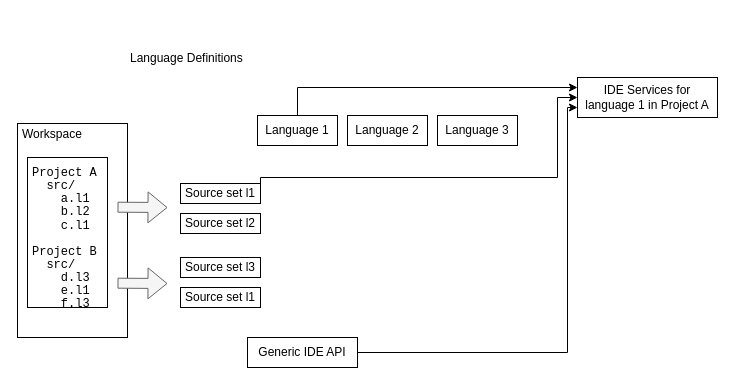
AZWN/Spoofax-pie-diagrams keeps this draw.io diagram as page "Current project - style 2" (11 of 12) of Spoofax3 Diagrams.drawio. Above is the earlier version. Source tidied: cells renumbered, new cells numbered last; positions are measured from the earlier drawing's top-left corner, leaving out a move shared by most shapes. Both pictures are drawn from the tidied source at 100%, with x=0, y=0 at pixel (17, 47).
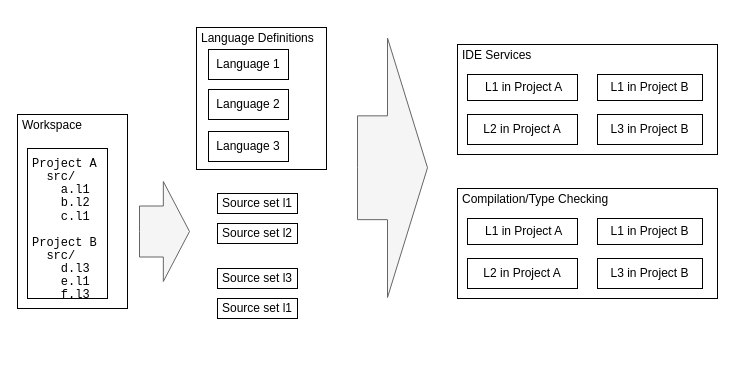
Above is the later version.

Change to the diagram source:
```diff
@@
+    <mxCell id="19" value="&lt;div&gt;&lt;br&gt;&lt;/div&gt;&lt;div&gt;IDE Services&lt;/div&gt;" style="text;html=1;fillColor=none;spacing=5;spacingTop=-20;whiteSpace=wrap;overflow=hidden;rounded=0;strokeColor=#000000;" parent="1" vertex="1">
+      <mxGeometry x="440" y="-3" width="260" height="110" as="geometry" />
+    </mxCell>
+    <mxCell id="18" value="&lt;div&gt;&lt;br&gt;&lt;/div&gt;&lt;div&gt;Language Definitions&lt;br&gt;&lt;/div&gt;" style="text;html=1;fillColor=none;spacing=5;spacingTop=-20;whiteSpace=wrap;overflow=hidden;rounded=0;strokeColor=#000000;" parent="1" vertex="1">
+      <mxGeometry x="179" y="-20" width="130" height="142" as="geometry" />
+    </mxCell>
     <mxCell id="2" value="&lt;p style=&quot;line-height: 0%&quot;&gt;&lt;font face=&quot;Courier New&quot;&gt;&lt;br&gt;&lt;/font&gt;&lt;/p&gt;&lt;p style=&quot;line-height: 0%&quot;&gt;&lt;font face=&quot;Courier New&quot;&gt;Project A&lt;/font&gt;&lt;/p&gt;&lt;p style=&quot;line-height: 0%&quot;&gt;&lt;font face=&quot;Courier New&quot;&gt;&amp;nbsp; src/&lt;/font&gt;&lt;/p&gt;&lt;p style=&quot;line-height: 0%&quot;&gt;&lt;font face=&quot;Courier New&quot;&gt;&amp;nbsp;&amp;nbsp;&amp;nbsp; a.l1&lt;/font&gt;&lt;/p&gt;&lt;p style=&quot;line-height: 0%&quot;&gt;&lt;font face=&quot;Courier New&quot;&gt;&amp;nbsp;&amp;nbsp;&amp;nbsp; b.l2&lt;/font&gt;&lt;/p&gt;&lt;p style=&quot;line-height: 0%&quot;&gt;&lt;font face=&quot;Courier New&quot;&gt;&lt;br&gt;&amp;nbsp;&amp;nbsp;&amp;nbsp; c.l1&lt;/font&gt;&lt;/p&gt;&lt;p style=&quot;line-height: 0%&quot;&gt;&lt;font face=&quot;Courier New&quot;&gt;&lt;br&gt;&lt;/font&gt;&lt;/p&gt;&lt;p style=&quot;line-height: 0%&quot;&gt;&lt;font face=&quot;Courier New&quot;&gt;Project B&lt;/font&gt;&lt;/p&gt;&lt;p style=&quot;line-height: 0%&quot;&gt;&lt;font face=&quot;Courier New&quot;&gt;&amp;nbsp; src/&lt;/font&gt;&lt;/p&gt;&lt;p style=&quot;line-height: 0%&quot;&gt;&lt;font face=&quot;Courier New&quot;&gt;&amp;nbsp;&amp;nbsp;&amp;nbsp; d.l3&lt;/font&gt;&lt;/p&gt;&lt;p style=&quot;line-height: 0%&quot;&gt;&lt;font face=&quot;Courier New&quot;&gt;&amp;nbsp;&amp;nbsp;&amp;nbsp; e.l1&lt;/font&gt;&lt;/p&gt;&lt;p style=&quot;line-height: 0%&quot;&gt;&lt;font face=&quot;Courier New&quot;&gt;&amp;nbsp;&amp;nbsp;&amp;nbsp; f.l3&lt;br&gt;&lt;/font&gt;&lt;/p&gt;" style="text;html=1;fillColor=none;spacing=5;spacingTop=-20;whiteSpace=wrap;overflow=hidden;rounded=0;strokeColor=#000000;" parent="1" vertex="1">
-      <mxGeometry x="10" y="110" width="80" height="150" as="geometry" />
+      <mxGeometry x="10" y="101" width="80" height="150" as="geometry" />
     </mxCell>
-    <mxCell id="3" style="edgeStyle=orthogonalEdgeStyle;rounded=0;jumpStyle=arc;jettySize=auto;html=1;exitX=0.5;exitY=0;exitDx=0;exitDy=0;entryX=0;entryY=0.25;entryDx=0;entryDy=0;" parent="1" edge="1" source="4" target="14">
-      <mxGeometry relative="1" as="geometry" />
-    </mxCell>
     <mxCell id="4" value="Language 1" style="rounded=0;whiteSpace=wrap;html=1;strokeColor=#000000;" parent="1" vertex="1">
-      <mxGeometry x="240" y="68" width="80" height="30" as="geometry" />
+      <mxGeometry x="191" y="2" width="80" height="30" as="geometry" />
     </mxCell>
-    <mxCell id="5" value="Language 2" style="rounded=0;whiteSpace=wrap;html=1;strokeColor=#000000;" parent="1" vertex="1">
-      <mxGeometry x="330" y="68" width="80" height="30" as="geometry" />
-    </mxCell>
     <mxCell id="6" value="Language 3" style="rounded=0;whiteSpace=wrap;html=1;strokeColor=#000000;" parent="1" vertex="1">
-      <mxGeometry x="420" y="68" width="80" height="30" as="geometry" />
+      <mxGeometry x="191" y="84" width="80" height="30" as="geometry" />
     </mxCell>
-    <mxCell id="7" style="edgeStyle=orthogonalEdgeStyle;rounded=0;jumpStyle=arc;jettySize=auto;html=1;exitX=1;exitY=0.5;exitDx=0;exitDy=0;entryX=0;entryY=0.75;entryDx=0;entryDy=0;" parent="1" edge="1" source="8" target="14">
-      <mxGeometry relative="1" as="geometry">
-        <Array as="points">
-          <mxPoint x="550" y="305" />
-          <mxPoint x="550" y="60" />
-        </Array>
-      </mxGeometry>
-    </mxCell>
-    <mxCell id="8" value="Generic IDE API" style="rounded=0;whiteSpace=wrap;html=1;strokeColor=#000000;" parent="1" vertex="1">
-      <mxGeometry x="230" y="290" width="110" height="30" as="geometry" />
-    </mxCell>
-    <mxCell id="9" style="edgeStyle=orthogonalEdgeStyle;rounded=0;jumpStyle=arc;jettySize=auto;html=1;exitX=1;exitY=0.5;exitDx=0;exitDy=0;entryX=0;entryY=0.5;entryDx=0;entryDy=0;" parent="1" edge="1" source="10" target="14">
-      <mxGeometry relative="1" as="geometry">
-        <Array as="points">
-          <mxPoint x="540" y="130" />
-          <mxPoint x="540" y="50" />
-        </Array>
-      </mxGeometry>
-    </mxCell>
     <mxCell id="10" value="Source set l1" style="rounded=0;whiteSpace=wrap;html=1;strokeColor=#000000;" parent="1" vertex="1">
-      <mxGeometry x="163" y="136" width="80" height="20" as="geometry" />
+      <mxGeometry x="200" y="146" width="80" height="20" as="geometry" />
     </mxCell>
     <mxCell id="11" value="Source set l2" style="rounded=0;whiteSpace=wrap;html=1;strokeColor=#000000;" parent="1" vertex="1">
-      <mxGeometry x="163" y="166" width="80" height="20" as="geometry" />
+      <mxGeometry x="200" y="176" width="80" height="20" as="geometry" />
     </mxCell>
     <mxCell id="12" value="Source set l3" style="rounded=0;whiteSpace=wrap;html=1;strokeColor=#000000;" parent="1" vertex="1">
-      <mxGeometry x="163" y="210" width="80" height="20" as="geometry" />
+      <mxGeometry x="200" y="221" width="80" height="20" as="geometry" />
     </mxCell>
     <mxCell id="13" value="Source set l1" style="rounded=0;whiteSpace=wrap;html=1;strokeColor=#000000;" parent="1" vertex="1">
-      <mxGeometry x="163" y="240" width="80" height="20" as="geometry" />
+      <mxGeometry x="200" y="251" width="80" height="20" as="geometry" />
     </mxCell>
-    <mxCell id="14" value="IDE Services for language 1 in Project A" style="rounded=0;whiteSpace=wrap;html=1;strokeColor=#000000;" parent="1" vertex="1">
-      <mxGeometry x="560" y="30" width="140" height="40" as="geometry" />
+    <mxCell id="14" value="&amp;nbsp;L1 in Project A" style="rounded=0;whiteSpace=wrap;html=1;strokeColor=#000000;" parent="1" vertex="1">
+      <mxGeometry x="450" y="27" width="110" height="26" as="geometry" />
     </mxCell>
     <mxCell id="15" value="&lt;br&gt;&lt;div&gt;Workspace&lt;/div&gt;" style="text;html=1;fillColor=none;spacing=5;spacingTop=-20;whiteSpace=wrap;overflow=hidden;rounded=0;strokeColor=#000000;" parent="1" vertex="1">
-      <mxGeometry y="76" width="110" height="214" as="geometry" />
+      <mxGeometry y="67" width="110" height="194" as="geometry" />
     </mxCell>
-    <mxCell id="16" style="shape=flexArrow;endArrow=classic;html=1;fillColor=#f5f5f5;strokeColor=#666666;" parent="1" edge="1">
-      <mxGeometry relative="1" as="geometry">
-        <mxPoint x="100" y="159.7" as="sourcePoint" />
-        <mxPoint x="150" y="160" as="targetPoint" />
-      </mxGeometry>
-    </mxCell>
-    <mxCell id="17" style="shape=flexArrow;endArrow=classic;html=1;fillColor=#f5f5f5;strokeColor=#666666;" parent="1" edge="1">
-      <mxGeometry relative="1" as="geometry">
-        <mxPoint x="100" y="235.7" as="sourcePoint" />
-        <mxPoint x="150" y="236" as="targetPoint" />
-      </mxGeometry>
-    </mxCell>
-    <mxCell id="18" value="&lt;div&gt;&lt;br&gt;&lt;/div&gt;&lt;div&gt;Language Definitions&lt;br&gt;&lt;/div&gt;" style="text;html=1;strokeColor=none;fillColor=none;spacing=5;spacingTop=-20;whiteSpace=wrap;overflow=hidden;rounded=0;" parent="1" vertex="1">
-      <mxGeometry x="108" width="190" height="120" as="geometry" />
-    </mxCell>
+    <mxCell id="20" value="L2 in Project A" style="rounded=0;whiteSpace=wrap;html=1;strokeColor=#000000;" parent="1" vertex="1">
+      <mxGeometry x="450" y="67" width="110" height="30" as="geometry" />
+    </mxCell>
+    <mxCell id="21" value="L1 in Project B" style="rounded=0;whiteSpace=wrap;html=1;strokeColor=#000000;" parent="1" vertex="1">
+      <mxGeometry x="580" y="27" width="105" height="26" as="geometry" />
+    </mxCell>
+    <mxCell id="22" value="L3 in Project B" style="rounded=0;whiteSpace=wrap;html=1;strokeColor=#000000;" parent="1" vertex="1">
+      <mxGeometry x="580" y="67" width="105" height="30" as="geometry" />
+    </mxCell>
+    <mxCell id="23" style="html=1;shadow=0;dashed=0;align=center;verticalAlign=middle;shape=mxgraph.arrows2.arrow;dy=0.49;dx=26.17;notch=0;strokeColor=#666666;fillColor=#f5f5f5;fontColor=#333333;" parent="1" vertex="1">
+      <mxGeometry x="122" y="134" width="50" height="100" as="geometry" />
+    </mxCell>
+    <mxCell id="5" value="Language 2" style="rounded=0;whiteSpace=wrap;html=1;strokeColor=#000000;" parent="1" vertex="1">
+      <mxGeometry x="191" y="42" width="80" height="30" as="geometry" />
+    </mxCell>
+    <mxCell id="24" style="html=1;shadow=0;dashed=0;align=center;verticalAlign=middle;shape=mxgraph.arrows2.arrow;dy=0.6;dx=40;notch=0;strokeColor=#666666;rotation=0;fillColor=#f5f5f5;fontColor=#333333;" parent="1" vertex="1">
+      <mxGeometry x="340" y="-9.5" width="70" height="259.5" as="geometry" />
+    </mxCell>
+    <mxCell id="25" value="&lt;div&gt;&lt;br&gt;&lt;/div&gt;&lt;div&gt;Compilation/Type Checking&lt;/div&gt;" style="text;html=1;fillColor=none;spacing=5;spacingTop=-20;whiteSpace=wrap;overflow=hidden;rounded=0;strokeColor=#000000;" parent="1" vertex="1">
+      <mxGeometry x="440" y="141" width="260" height="110" as="geometry" />
+    </mxCell>
+    <mxCell id="26" value="&amp;nbsp;L1 in Project A" style="rounded=0;whiteSpace=wrap;html=1;strokeColor=#000000;" parent="1" vertex="1">
+      <mxGeometry x="450" y="171" width="110" height="26" as="geometry" />
+    </mxCell>
+    <mxCell id="27" value="L2 in Project A" style="rounded=0;whiteSpace=wrap;html=1;strokeColor=#000000;" parent="1" vertex="1">
+      <mxGeometry x="450" y="211" width="110" height="30" as="geometry" />
+    </mxCell>
+    <mxCell id="28" value="L1 in Project B" style="rounded=0;whiteSpace=wrap;html=1;strokeColor=#000000;" parent="1" vertex="1">
+      <mxGeometry x="580" y="171" width="105" height="26" as="geometry" />
+    </mxCell>
+    <mxCell id="29" value="L3 in Project B" style="rounded=0;whiteSpace=wrap;html=1;strokeColor=#000000;" parent="1" vertex="1">
+      <mxGeometry x="580" y="211" width="105" height="30" as="geometry" />
+    </mxCell>
```
